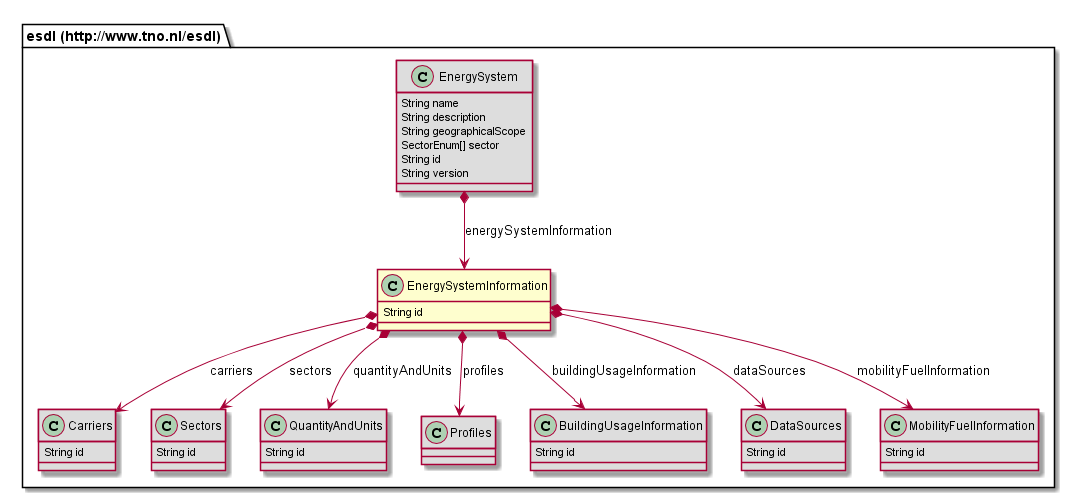
Above: 687474703a2f2f7777772e746e6f2e6e6c2f6573646c/EnergySystemInformation.png in EnergyTransition/energytransition.github.io (PlantUML), before the change.
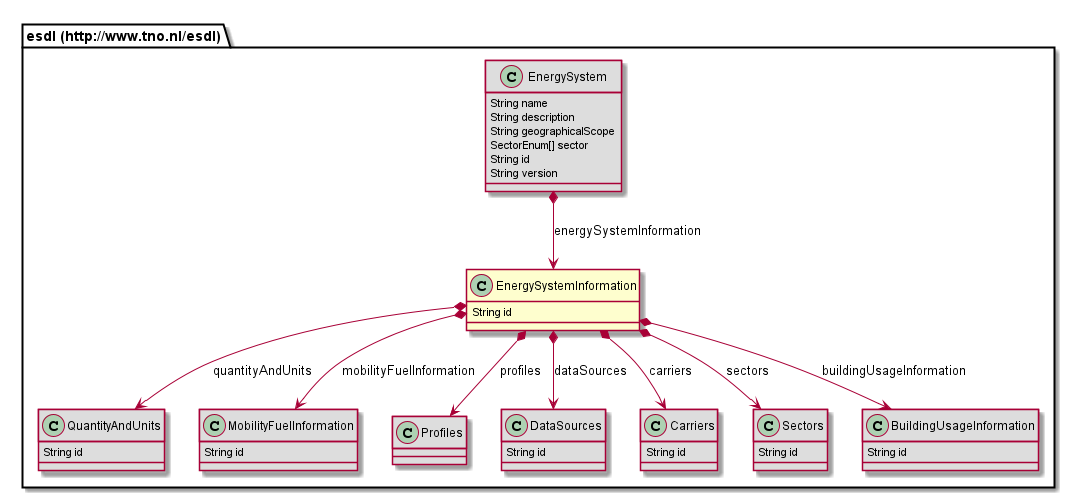
Above is the later version.

The edit, as a diff of the source:
```diff
@@ -1,25 +1,5 @@
 @startuml
 class "esdl (http://www.tno.nl/esdl).EnergySystemInformation" [[#router/doc-content/687474703a2f2f7777772e746e6f2e6e6c2f6573646c/EnergySystemInformation.html{Describes reusable information of the energy system, that other classes can refer to in this energy system, such as carriers, profiles, data sources, quantity and units.}]] {
-	String id
-}
-class "esdl (http://www.tno.nl/esdl).Carriers" [[#router/doc-content/687474703a2f2f7777772e746e6f2e6e6c2f6573646c/Carriers.html{Collection of carriers as part of the Energy System Information. }]] #DDDDDD {
-	String id
-}
-class "esdl (http://www.tno.nl/esdl).Sectors" [[#router/doc-content/687474703a2f2f7777772e746e6f2e6e6c2f6573646c/Sectors.html{Collection of sectors. }]] #DDDDDD {
-	String id
-}
-class "esdl (http://www.tno.nl/esdl).QuantityAndUnits" [[#router/doc-content/687474703a2f2f7777772e746e6f2e6e6c2f6573646c/QuantityAndUnits.html{Collection of QuantityAndUnitTypes defined in the EnergySystemInformation section}]] #DDDDDD {
-	String id
-}
-class "esdl (http://www.tno.nl/esdl).Profiles" [[#router/doc-content/687474703a2f2f7777772e746e6f2e6e6c2f6573646c/Profiles.html{Container for profiles in the Energy System Information where other profiles can refer to}]] #DDDDDD {
-}
-class "esdl (http://www.tno.nl/esdl).BuildingUsageInformation" [[#router/doc-content/687474703a2f2f7777772e746e6f2e6e6c2f6573646c/BuildingUsageInformation.html{Part of Energy System Information that specifies generic building usage information that can be referenced from multiple individual buildings}]] #DDDDDD {
-	String id
-}
-class "esdl (http://www.tno.nl/esdl).DataSources" [[#router/doc-content/687474703a2f2f7777772e746e6f2e6e6c2f6573646c/DataSources.html{Collection of datasources used in the energy system}]] #DDDDDD {
-	String id
-}
-class "esdl (http://www.tno.nl/esdl).MobilityFuelInformation" [[#router/doc-content/687474703a2f2f7777772e746e6f2e6e6c2f6573646c/MobilityFuelInformation.html{Collection of information about vehicles, fuels and efficiency}]] #DDDDDD {
 	String id
 }
 class "esdl (http://www.tno.nl/esdl).EnergySystem" [[#router/doc-content/687474703a2f2f7777772e746e6f2e6e6c2f6573646c/EnergySystem.html{This is the main class to describe an EnergySystem in ESDL. }]] #DDDDDD {
@@ -30,6 +10,27 @@
 	String id
 	String version
 }
+class "esdl (http://www.tno.nl/esdl).QuantityAndUnits" [[#router/doc-content/687474703a2f2f7777772e746e6f2e6e6c2f6573646c/QuantityAndUnits.html{Collection of QuantityAndUnitTypes defined in the EnergySystemInformation section}]] #DDDDDD {
+	String id
+}
+class "esdl (http://www.tno.nl/esdl).MobilityFuelInformation" [[#router/doc-content/687474703a2f2f7777772e746e6f2e6e6c2f6573646c/MobilityFuelInformation.html{Collection of information about vehicles, fuels and efficiency}]] #DDDDDD {
+	String id
+}
+class "esdl (http://www.tno.nl/esdl).Profiles" [[#router/doc-content/687474703a2f2f7777772e746e6f2e6e6c2f6573646c/Profiles.html{Container for profiles in the Energy System Information where other profiles can refer to}]] #DDDDDD {
+}
+class "esdl (http://www.tno.nl/esdl).DataSources" [[#router/doc-content/687474703a2f2f7777772e746e6f2e6e6c2f6573646c/DataSources.html{Collection of datasources used in the energy system}]] #DDDDDD {
+	String id
+}
+class "esdl (http://www.tno.nl/esdl).Carriers" [[#router/doc-content/687474703a2f2f7777772e746e6f2e6e6c2f6573646c/Carriers.html{Collection of carriers as part of the Energy System Information. }]] #DDDDDD {
+	String id
+}
+class "esdl (http://www.tno.nl/esdl).Sectors" [[#router/doc-content/687474703a2f2f7777772e746e6f2e6e6c2f6573646c/Sectors.html{Collection of sectors. }]] #DDDDDD {
+	String id
+}
+class "esdl (http://www.tno.nl/esdl).BuildingUsageInformation" [[#router/doc-content/687474703a2f2f7777772e746e6f2e6e6c2f6573646c/BuildingUsageInformation.html{Part of Energy System Information that specifies generic building usage information that can be referenced from multiple individual buildings}]] #DDDDDD {
+	String id
+}
+"esdl (http://www.tno.nl/esdl).EnergySystem" *--> "esdl (http://www.tno.nl/esdl).EnergySystemInformation" : energySystemInformation
 "esdl (http://www.tno.nl/esdl).EnergySystemInformation" *--> "esdl (http://www.tno.nl/esdl).Carriers" : carriers
 "esdl (http://www.tno.nl/esdl).EnergySystemInformation" *--> "esdl (http://www.tno.nl/esdl).Profiles" : profiles
 "esdl (http://www.tno.nl/esdl).EnergySystemInformation" *--> "esdl (http://www.tno.nl/esdl).DataSources" : dataSources
@@ -37,5 +38,4 @@
 "esdl (http://www.tno.nl/esdl).EnergySystemInformation" *--> "esdl (http://www.tno.nl/esdl).QuantityAndUnits" : quantityAndUnits
 "esdl (http://www.tno.nl/esdl).EnergySystemInformation" *--> "esdl (http://www.tno.nl/esdl).Sectors" : sectors
 "esdl (http://www.tno.nl/esdl).EnergySystemInformation" *--> "esdl (http://www.tno.nl/esdl).BuildingUsageInformation" : buildingUsageInformation
-"esdl (http://www.tno.nl/esdl).EnergySystem" *--> "esdl (http://www.tno.nl/esdl).EnergySystemInformation" : energySystemInformation
 @enduml
```
